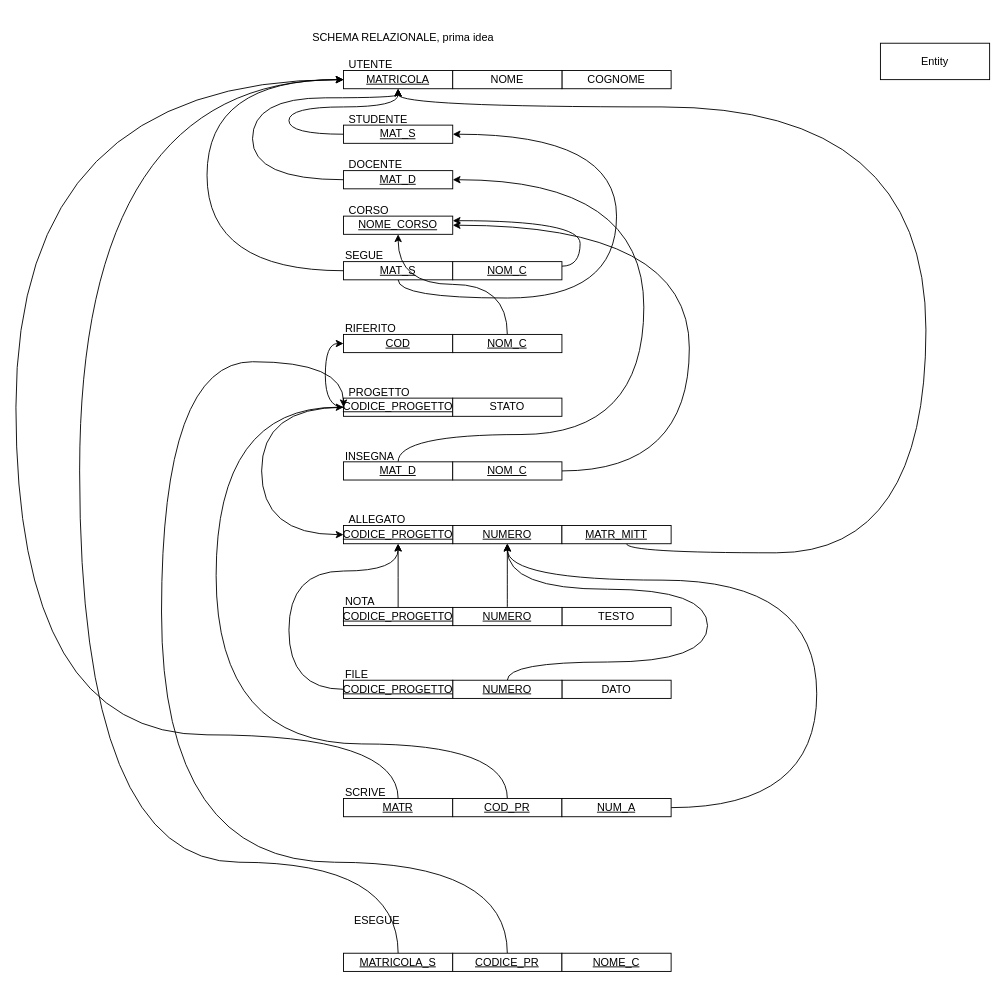
The draw.io diagram page "Page-4" (4 of 4) of prisa_eer.drawio in Cippo95/prisa, before the edit. Source tidied: cells renumbered, new cells numbered last; positions are measured from the earlier drawing's top-left corner, leaving out a move shared by most shapes. Both pictures are drawn from the tidied source at 91%, with x=0, y=0 at pixel (15, 25).
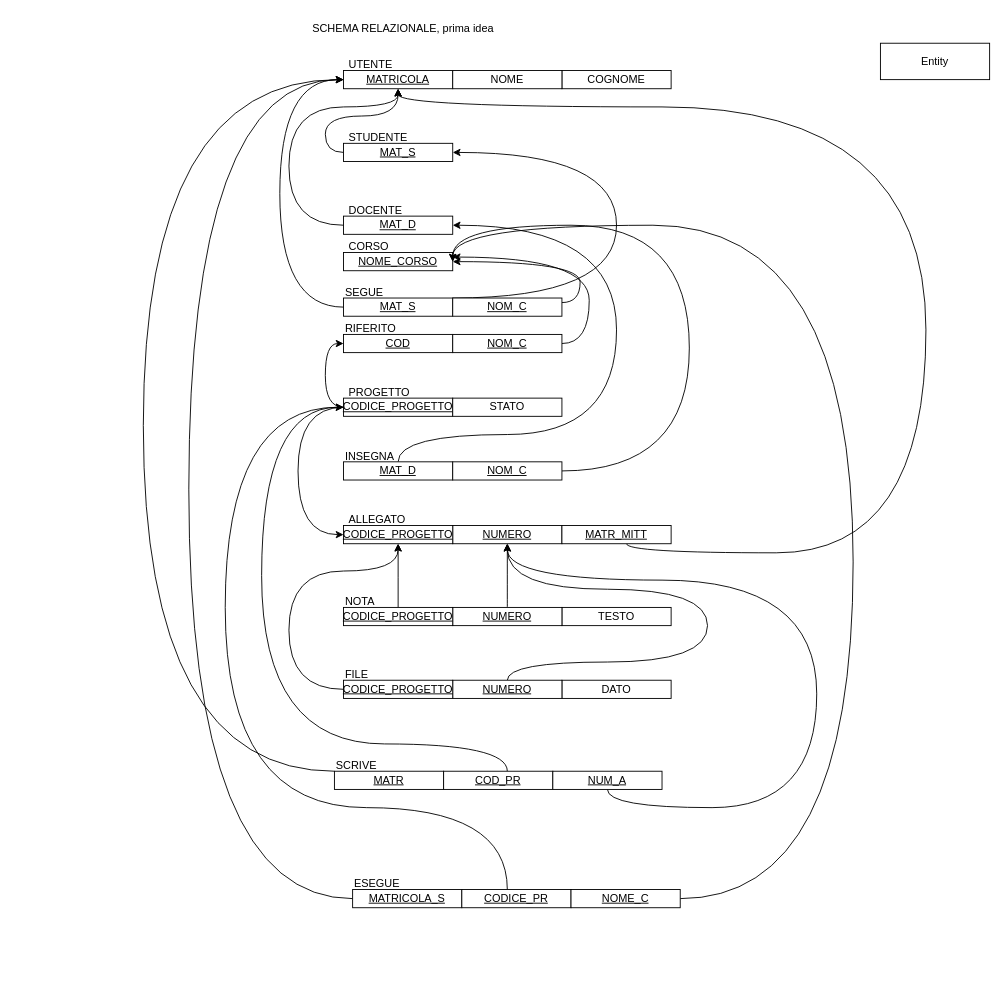
The same diagram, later.

The change refers to these unchanged cells:
```xml
<mxCell id="4" value="&lt;u&gt;MATRICOLA&lt;/u&gt;" style="whiteSpace=wrap;html=1;align=center;" parent="1" vertex="1">
  <mxGeometry x="360" y="50" width="120" height="20" as="geometry" />
</mxCell>
<mxCell id="6" value="&lt;u&gt;CODICE_PROGETTO&lt;/u&gt;" style="whiteSpace=wrap;html=1;align=center;" parent="1" vertex="1">
  <mxGeometry x="360" y="410" width="120" height="20" as="geometry" />
</mxCell>
<mxCell id="14" value="&lt;u&gt;CODICE_PROGETTO&lt;/u&gt;" style="whiteSpace=wrap;html=1;align=center;" parent="1" vertex="1">
  <mxGeometry x="360" y="550" width="120" height="20" as="geometry" />
</mxCell>
<mxCell id="18" value="&lt;u&gt;MAT_D&lt;/u&gt;" style="whiteSpace=wrap;html=1;align=center;" parent="1" vertex="1">
  <mxGeometry x="360" y="480" width="120" height="20" as="geometry" />
</mxCell>
<mxCell id="38" value="&lt;u&gt;NOM_C&lt;/u&gt;" style="whiteSpace=wrap;html=1;align=center;" parent="1" vertex="1">
  <mxGeometry x="480" y="340" width="120" height="20" as="geometry" />
</mxCell>
```

The edit, as a diff of the source:
```diff
@@
     <mxCell id="2" style="edgeStyle=orthogonalEdgeStyle;rounded=0;jettySize=auto;html=1;entryX=0;entryY=0.5;entryDx=0;entryDy=0;curved=1;endArrow=none;endFill=0;startArrow=classic;startFill=1;" parent="1" edge="1" source="4" target="16">
       <mxGeometry relative="1" as="geometry">
         <Array as="points">
-          <mxPoint x="210" y="60" />
-          <mxPoint x="210" y="270" />
+          <mxPoint x="290" y="60" />
+          <mxPoint x="290" y="310" />
         </Array>
       </mxGeometry>
     </mxCell>
@@
     <mxCell id="5" value="&lt;u&gt;NOME_CORSO&lt;/u&gt;" style="whiteSpace=wrap;html=1;align=center;" parent="1" vertex="1">
-      <mxGeometry x="360" y="210" width="120" height="20" as="geometry" />
+      <mxGeometry x="360" y="250" width="120" height="20" as="geometry" />
     </mxCell>
@@
     <mxCell id="10" value="CORSO" style="text;strokeColor=none;fillColor=none;spacingLeft=4;spacingRight=4;overflow=hidden;fontSize=12;" parent="1" vertex="1">
-      <mxGeometry x="360" y="190" width="70" height="20" as="geometry" />
+      <mxGeometry x="360" y="230" width="70" height="20" as="geometry" />
     </mxCell>
@@
     <mxCell id="13" style="edgeStyle=orthogonalEdgeStyle;curved=1;rounded=0;jettySize=auto;html=1;entryX=0;entryY=0.5;entryDx=0;entryDy=0;startArrow=classic;startFill=1;endArrow=none;endFill=0;" parent="1" edge="1" source="14" target="6">
       <mxGeometry relative="1" as="geometry">
         <Array as="points">
-          <mxPoint x="270" y="420" />
+          <mxPoint x="310" y="560" />
+          <mxPoint x="310" y="420" />
         </Array>
       </mxGeometry>
     </mxCell>
@@
     <mxCell id="16" value="&lt;u&gt;MAT_S&lt;/u&gt;" style="whiteSpace=wrap;html=1;align=center;" parent="1" vertex="1">
-      <mxGeometry x="360" y="260" width="120" height="20" as="geometry" />
+      <mxGeometry x="360" y="300" width="120" height="20" as="geometry" />
     </mxCell>
     <mxCell id="17" style="edgeStyle=orthogonalEdgeStyle;curved=1;rounded=0;jettySize=auto;html=1;entryX=1;entryY=0.5;entryDx=0;entryDy=0;endSize=6;" parent="1" edge="1" source="18" target="64">
       <mxGeometry relative="1" as="geometry">
         <Array as="points">
           <mxPoint x="420" y="450" />
-          <mxPoint x="690" y="450" />
-          <mxPoint x="690" y="170" />
+          <mxPoint x="660" y="450" />
+          <mxPoint x="660" y="220" />
         </Array>
       </mxGeometry>
     </mxCell>
@@
     <mxCell id="21" value="SCHEMA RELAZIONALE, prima idea&#10;&#10;" style="text;strokeColor=none;fillColor=none;spacingLeft=4;spacingRight=4;overflow=hidden;fontSize=12;" parent="1" vertex="1">
-      <mxGeometry x="320" width="210" height="30" as="geometry" />
+      <mxGeometry x="320" y="-10" width="210" height="20" as="geometry" />
     </mxCell>
@@
     <mxCell id="26" value="SEGUE" style="text;whiteSpace=wrap;html=1;" parent="1" vertex="1">
-      <mxGeometry x="360" y="240" width="50" height="20" as="geometry" />
+      <mxGeometry x="360" y="280" width="50" height="20" as="geometry" />
     </mxCell>
@@
     <mxCell id="29" style="edgeStyle=orthogonalEdgeStyle;curved=1;rounded=0;jettySize=auto;html=1;entryX=0;entryY=0.5;entryDx=0;entryDy=0;" parent="1" edge="1" source="30" target="4">
       <mxGeometry relative="1" as="geometry">
         <Array as="points">
-          <mxPoint x="420" y="920" />
-          <mxPoint x="70" y="920" />
-          <mxPoint x="70" y="60" />
+          <mxPoint x="190" y="960" />
+          <mxPoint x="190" y="60" />
         </Array>
       </mxGeometry>
     </mxCell>
     <mxCell id="30" value="&lt;u&gt;MATRICOLA_S&lt;/u&gt;" style="whiteSpace=wrap;html=1;align=center;" parent="1" vertex="1">
-      <mxGeometry x="360" y="1020" width="120" height="20" as="geometry" />
+      <mxGeometry x="370" y="950" width="120" height="20" as="geometry" />
     </mxCell>
     <mxCell id="31" value="ESEGUE" style="text;whiteSpace=wrap;html=1;" parent="1" vertex="1">
-      <mxGeometry x="370" y="970" width="60" height="20" as="geometry" />
+      <mxGeometry x="370" y="930" width="60" height="20" as="geometry" />
     </mxCell>
     <mxCell id="32" style="edgeStyle=orthogonalEdgeStyle;curved=1;rounded=0;jettySize=auto;html=1;" parent="1" edge="1" source="33">
       <mxGeometry relative="1" as="geometry">
         <mxPoint x="360" y="60" as="targetPoint" />
         <Array as="points">
-          <mxPoint y="780" />
-          <mxPoint y="60" />
+          <mxPoint x="140" y="820" />
+          <mxPoint x="140" y="60" />
         </Array>
       </mxGeometry>
     </mxCell>
     <mxCell id="33" value="&lt;u&gt;MATR&lt;/u&gt;" style="whiteSpace=wrap;html=1;align=center;" parent="1" vertex="1">
-      <mxGeometry x="360" y="850" width="120" height="20" as="geometry" />
+      <mxGeometry x="350" y="820" width="120" height="20" as="geometry" />
     </mxCell>
     <mxCell id="34" value="SCRIVE" style="text;whiteSpace=wrap;html=1;" parent="1" vertex="1">
-      <mxGeometry x="360" y="830" width="70" height="20" as="geometry" />
+      <mxGeometry x="350" y="800" width="70" height="20" as="geometry" />
     </mxCell>
-    <mxCell id="35" style="edgeStyle=orthogonalEdgeStyle;curved=1;rounded=0;jettySize=auto;html=1;exitX=1;exitY=0.25;exitDx=0;exitDy=0;entryX=1;entryY=0.25;entryDx=0;entryDy=0;endSize=6;" parent="1" edge="1" source="36" target="5">
-      <mxGeometry relative="1" as="geometry" />
+    <mxCell id="35" style="edgeStyle=orthogonalEdgeStyle;curved=1;rounded=0;jettySize=auto;html=1;exitX=1;exitY=0.25;exitDx=0;exitDy=0;endSize=6;entryX=1;entryY=0.5;entryDx=0;entryDy=0;" parent="1" edge="1" source="36" target="5">
+      <mxGeometry relative="1" as="geometry">
+        <Array as="points">
+          <mxPoint x="620" y="305" />
+          <mxPoint x="620" y="260" />
+        </Array>
+      </mxGeometry>
     </mxCell>
     <mxCell id="36" value="&lt;u&gt;NOM_C&lt;/u&gt;" style="whiteSpace=wrap;html=1;align=center;" parent="1" vertex="1">
-      <mxGeometry x="480" y="260" width="120" height="20" as="geometry" />
+      <mxGeometry x="480" y="300" width="120" height="20" as="geometry" />
     </mxCell>
-    <mxCell id="37" style="edgeStyle=orthogonalEdgeStyle;curved=1;rounded=0;jettySize=auto;html=1;entryX=0.5;entryY=1;entryDx=0;entryDy=0;endSize=6;" parent="1" edge="1" source="38" target="5">
-      <mxGeometry relative="1" as="geometry" />
+    <mxCell id="37" style="edgeStyle=orthogonalEdgeStyle;curved=1;rounded=0;jettySize=auto;html=1;entryX=1;entryY=0.25;entryDx=0;entryDy=0;endSize=6;" parent="1" edge="1" source="38" target="5">
+      <mxGeometry relative="1" as="geometry">
+        <Array as="points">
+          <mxPoint x="630" y="350" />
+          <mxPoint x="630" y="255" />
+        </Array>
+      </mxGeometry>
     </mxCell>
@@
     <mxCell id="41" style="edgeStyle=orthogonalEdgeStyle;curved=1;rounded=0;jettySize=auto;html=1;entryX=0;entryY=0.5;entryDx=0;entryDy=0;" parent="1" edge="1" source="42" target="6">
       <mxGeometry relative="1" as="geometry">
         <Array as="points">
-          <mxPoint x="540" y="920" />
-          <mxPoint x="160" y="920" />
-          <mxPoint x="160" y="370" />
-          <mxPoint x="360" y="370" />
+          <mxPoint x="540" y="860" />
+          <mxPoint x="230" y="860" />
+          <mxPoint x="230" y="420" />
         </Array>
       </mxGeometry>
     </mxCell>
     <mxCell id="42" value="&lt;u&gt;CODICE_PR&lt;/u&gt;" style="whiteSpace=wrap;html=1;align=center;" parent="1" vertex="1">
-      <mxGeometry x="480" y="1020" width="120" height="20" as="geometry" />
+      <mxGeometry x="490" y="950" width="120" height="20" as="geometry" />
     </mxCell>
+    <mxCell id="66" style="edgeStyle=orthogonalEdgeStyle;curved=1;rounded=0;jettySize=auto;html=1;entryX=1;entryY=0.5;entryDx=0;entryDy=0;endSize=6;" parent="1" edge="1" source="43" target="5">
+      <mxGeometry relative="1" as="geometry">
+        <Array as="points">
+          <mxPoint x="920" y="960" />
+          <mxPoint x="920" y="220" />
+        </Array>
+      </mxGeometry>
+    </mxCell>
     <mxCell id="43" value="&lt;u&gt;NOME_C&lt;/u&gt;" style="whiteSpace=wrap;html=1;align=center;" parent="1" vertex="1">
-      <mxGeometry x="600" y="1020" width="120" height="20" as="geometry" />
+      <mxGeometry x="610" y="950" width="120" height="20" as="geometry" />
     </mxCell>
     <mxCell id="44" style="edgeStyle=orthogonalEdgeStyle;curved=1;rounded=0;jettySize=auto;html=1;endSize=6;" parent="1" edge="1" source="45" target="6">
       <mxGeometry relative="1" as="geometry">
         <Array as="points">
           <mxPoint x="540" y="790" />
-          <mxPoint x="220" y="790" />
-          <mxPoint x="220" y="420" />
+          <mxPoint x="270" y="790" />
+          <mxPoint x="270" y="420" />
         </Array>
       </mxGeometry>
     </mxCell>
     <mxCell id="45" value="&lt;u&gt;COD_PR&lt;/u&gt;" style="whiteSpace=wrap;html=1;align=center;" parent="1" vertex="1">
-      <mxGeometry x="480" y="850" width="120" height="20" as="geometry" />
+      <mxGeometry x="470" y="820" width="120" height="20" as="geometry" />
     </mxCell>
@@
     <mxCell id="47" value="&lt;u&gt;NUM_A&lt;/u&gt;" style="whiteSpace=wrap;html=1;align=center;" parent="1" vertex="1">
-      <mxGeometry x="600" y="850" width="120" height="20" as="geometry" />
+      <mxGeometry x="590" y="820" width="120" height="20" as="geometry" />
     </mxCell>
@@
     <mxCell id="60" style="edgeStyle=orthogonalEdgeStyle;curved=1;rounded=0;jettySize=auto;html=1;entryX=0.5;entryY=1;entryDx=0;entryDy=0;endSize=6;exitX=0;exitY=0.5;exitDx=0;exitDy=0;" parent="1" edge="1" source="61" target="4">
       <mxGeometry relative="1" as="geometry">
         <Array as="points">
-          <mxPoint x="300" y="120" />
-          <mxPoint x="300" y="90" />
-          <mxPoint x="420" y="90" />
+          <mxPoint x="340" y="140" />
+          <mxPoint x="340" y="100" />
+          <mxPoint x="420" y="100" />
         </Array>
       </mxGeometry>
     </mxCell>
     <mxCell id="61" value="&lt;u&gt;MAT_S&lt;/u&gt;" style="whiteSpace=wrap;html=1;align=center;" parent="1" vertex="1">
-      <mxGeometry x="360" y="110" width="120" height="20" as="geometry" />
+      <mxGeometry x="360" y="130" width="120" height="20" as="geometry" />
     </mxCell>
     <mxCell id="62" value="STUDENTE" style="text;strokeColor=none;fillColor=none;spacingLeft=4;spacingRight=4;overflow=hidden;fontSize=12;align=left;" parent="1" vertex="1">
-      <mxGeometry x="360" y="90" width="80" height="20" as="geometry" />
+      <mxGeometry x="360" y="110" width="80" height="20" as="geometry" />
     </mxCell>
     <mxCell id="63" style="edgeStyle=orthogonalEdgeStyle;curved=1;rounded=0;jettySize=auto;html=1;entryX=0.5;entryY=1;entryDx=0;entryDy=0;endSize=6;exitX=0;exitY=0.5;exitDx=0;exitDy=0;" parent="1" edge="1" source="64" target="4">
       <mxGeometry relative="1" as="geometry">
         <Array as="points">
-          <mxPoint x="260" y="170" />
-          <mxPoint x="260" y="80" />
-          <mxPoint x="420" y="80" />
+          <mxPoint x="300" y="220" />
+          <mxPoint x="300" y="90" />
+          <mxPoint x="420" y="90" />
         </Array>
       </mxGeometry>
     </mxCell>
     <mxCell id="64" value="&lt;u&gt;MAT_D&lt;/u&gt;" style="whiteSpace=wrap;html=1;align=center;" parent="1" vertex="1">
-      <mxGeometry x="360" y="160" width="120" height="20" as="geometry" />
+      <mxGeometry x="360" y="210" width="120" height="20" as="geometry" />
     </mxCell>
     <mxCell id="65" value="DOCENTE" style="text;strokeColor=none;fillColor=none;spacingLeft=4;spacingRight=4;overflow=hidden;fontSize=12;" parent="1" vertex="1">
-      <mxGeometry x="360" y="140" width="80" height="20" as="geometry" />
+      <mxGeometry x="360" y="190" width="80" height="20" as="geometry" />
     </mxCell>
```
